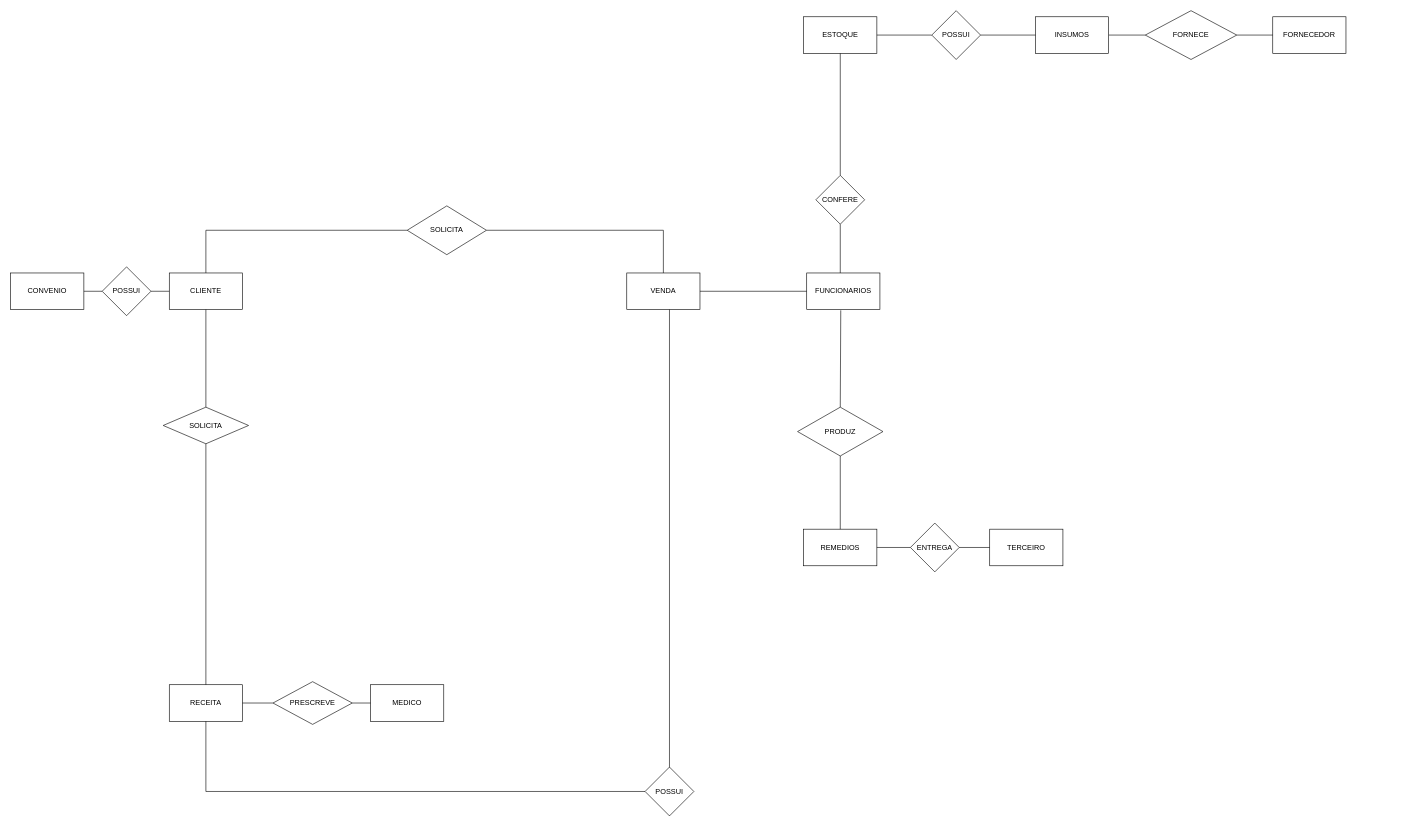
pedrohenricksds/trabalho-bd keeps this draw.io diagram as Diagrama sem nome.drawio. Above is the earlier version. Source tidied: cells renumbered, new cells numbered last; positions are measured from the earlier drawing's top-left corner, leaving out a move shared by most shapes. Both pictures are drawn from the tidied source at 61%, with x=0, y=0 at pixel (10, 10).
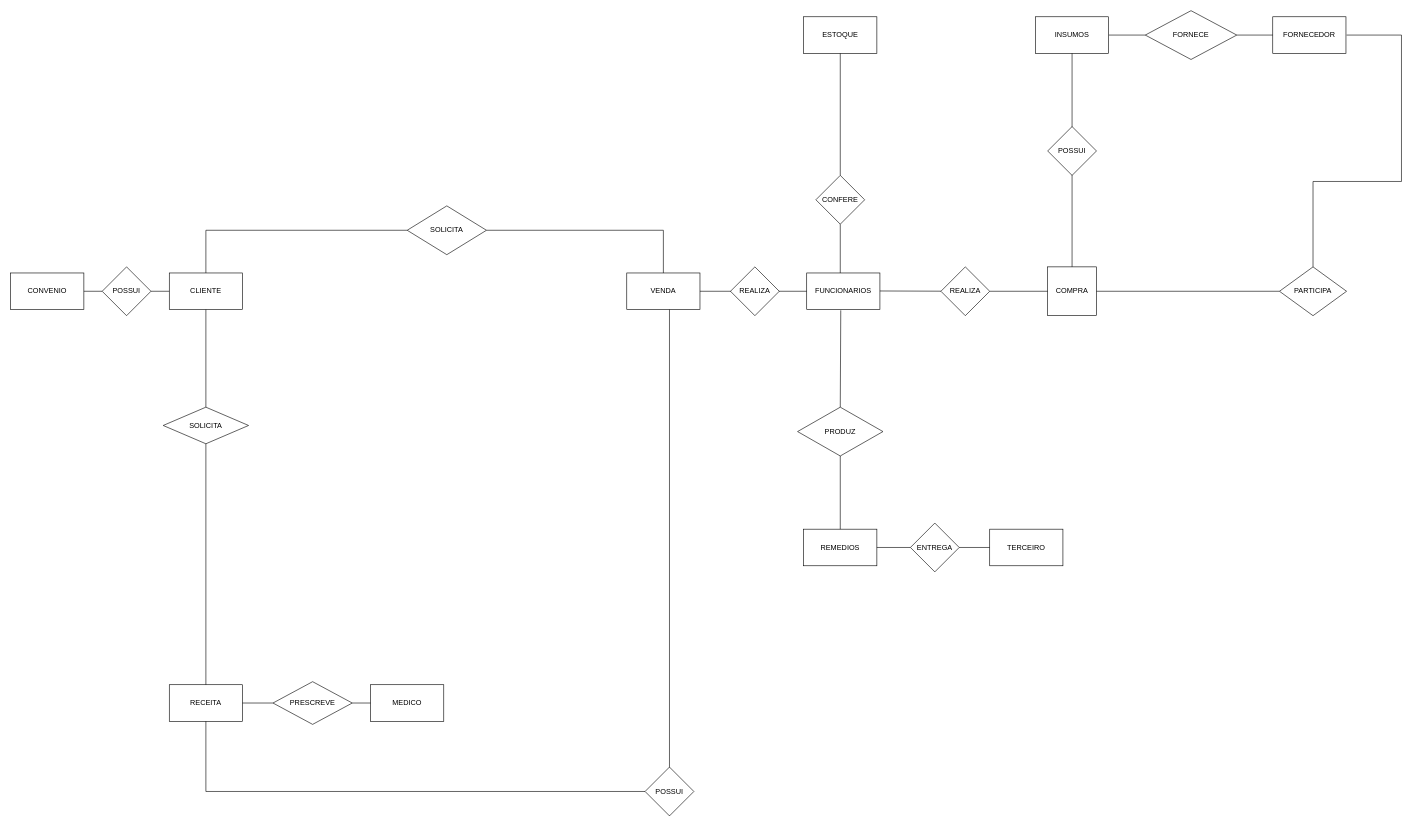
The same page after the edit.

The change refers to these unchanged cells:
```xml
<mxCell id="37" value="CONFERE" style="rhombus;whiteSpace=wrap;html=1;" parent="1" vertex="1">
  <mxGeometry x="1320" y="270" width="80" height="80" as="geometry" />
</mxCell>
<mxCell id="44" value="INSUMOS" style="rounded=0;whiteSpace=wrap;html=1;" parent="1" vertex="1">
  <mxGeometry x="1680" y="10" width="120" height="60" as="geometry" />
</mxCell>
```

Change to the diagram source:
```diff
@@
-    <mxCell id="38" style="endArrow=none;html=1;rounded=0;" parent="1" edge="1">
-      <mxGeometry relative="1" as="geometry">
-        <mxPoint x="1420" y="40" as="sourcePoint" />
-        <mxPoint x="1510" y="40" as="targetPoint" />
-      </mxGeometry>
-    </mxCell>
@@
-    <mxCell id="45" style="endArrow=none;html=1;rounded=0;startArrow=none;" parent="1" edge="1" source="46">
-      <mxGeometry relative="1" as="geometry">
-        <mxPoint x="1680" y="40" as="targetPoint" />
-      </mxGeometry>
-    </mxCell>
+    <mxCell id="47" style="endArrow=none;html=1;rounded=0;entryX=0.5;entryY=1;entryDx=0;entryDy=0;" parent="1" edge="1" target="37">
+      <mxGeometry relative="1" as="geometry">
+        <mxPoint x="1360" y="430" as="sourcePoint" />
+      </mxGeometry>
+    </mxCell>
+    <mxCell id="48" value="REALIZA" style="rhombus;whiteSpace=wrap;html=1;" parent="1" vertex="1">
+      <mxGeometry x="1180" y="420" width="80" height="80" as="geometry" />
+    </mxCell>
+    <mxCell id="49" style="endArrow=none;html=1;rounded=0;exitX=0.5;exitY=0;exitDx=0;exitDy=0;entryX=0.5;entryY=1;entryDx=0;entryDy=0;" parent="1" edge="1" source="51" target="44">
+      <mxGeometry relative="1" as="geometry" />
+    </mxCell>
+    <mxCell id="50" style="endArrow=none;html=1;rounded=0;startArrow=none;" parent="1" edge="1" source="51">
+      <mxGeometry relative="1" as="geometry">
+        <mxPoint x="1740" y="459.5" as="targetPoint" />
+      </mxGeometry>
+    </mxCell>
+    <mxCell id="51" value="COMPRA" style="whiteSpace=wrap;html=1;" parent="1" vertex="1">
+      <mxGeometry x="1700" y="420" width="80" height="80" as="geometry" />
+    </mxCell>
+    <mxCell id="52" style="endArrow=none;html=1;rounded=0;startArrow=none;" parent="1" edge="1" source="53" target="51">
+      <mxGeometry relative="1" as="geometry" />
+    </mxCell>
+    <mxCell id="53" value="REALIZA" style="rhombus;whiteSpace=wrap;html=1;" parent="1" vertex="1">
+      <mxGeometry x="1525" y="420" width="80" height="80" as="geometry" />
+    </mxCell>
+    <mxCell id="54" style="endArrow=none;html=1;rounded=0;" parent="1" edge="1" target="53">
+      <mxGeometry relative="1" as="geometry">
+        <mxPoint x="1425" y="459.5" as="sourcePoint" />
+      </mxGeometry>
+    </mxCell>
+    <mxCell id="55" style="rounded=0;jettySize=auto;html=1;edgeStyle=orthogonalEdgeStyle;endArrow=none;endFill=0;" parent="1" edge="1" source="57">
+      <mxGeometry relative="1" as="geometry">
+        <mxPoint x="2190" y="40" as="targetPoint" />
+        <Array as="points">
+          <mxPoint x="2280" y="280" />
+        </Array>
+      </mxGeometry>
+    </mxCell>
+    <mxCell id="56" style="edgeStyle=orthogonalEdgeStyle;rounded=0;jettySize=auto;html=1;endArrow=none;endFill=0;entryX=1;entryY=0.5;entryDx=0;entryDy=0;" parent="1" edge="1" source="57" target="51">
+      <mxGeometry relative="1" as="geometry" />
+    </mxCell>
+    <mxCell id="57" value="PARTICIPA" style="rhombus;whiteSpace=wrap;html=1;" parent="1" vertex="1">
+      <mxGeometry x="2080" y="420" width="110" height="80" as="geometry" />
+    </mxCell>
     <mxCell id="46" value="POSSUI" style="rhombus;whiteSpace=wrap;html=1;" parent="1" vertex="1">
-      <mxGeometry x="1510" width="80" height="80" as="geometry" />
+      <mxGeometry x="1700" y="190" width="80" height="80" as="geometry" />
     </mxCell>
-    <mxCell id="47" style="endArrow=none;html=1;rounded=0;entryX=0.5;entryY=1;entryDx=0;entryDy=0;" parent="1" edge="1" target="37">
-      <mxGeometry relative="1" as="geometry">
-        <mxPoint x="1360" y="430" as="sourcePoint" />
-      </mxGeometry>
-    </mxCell>
```
